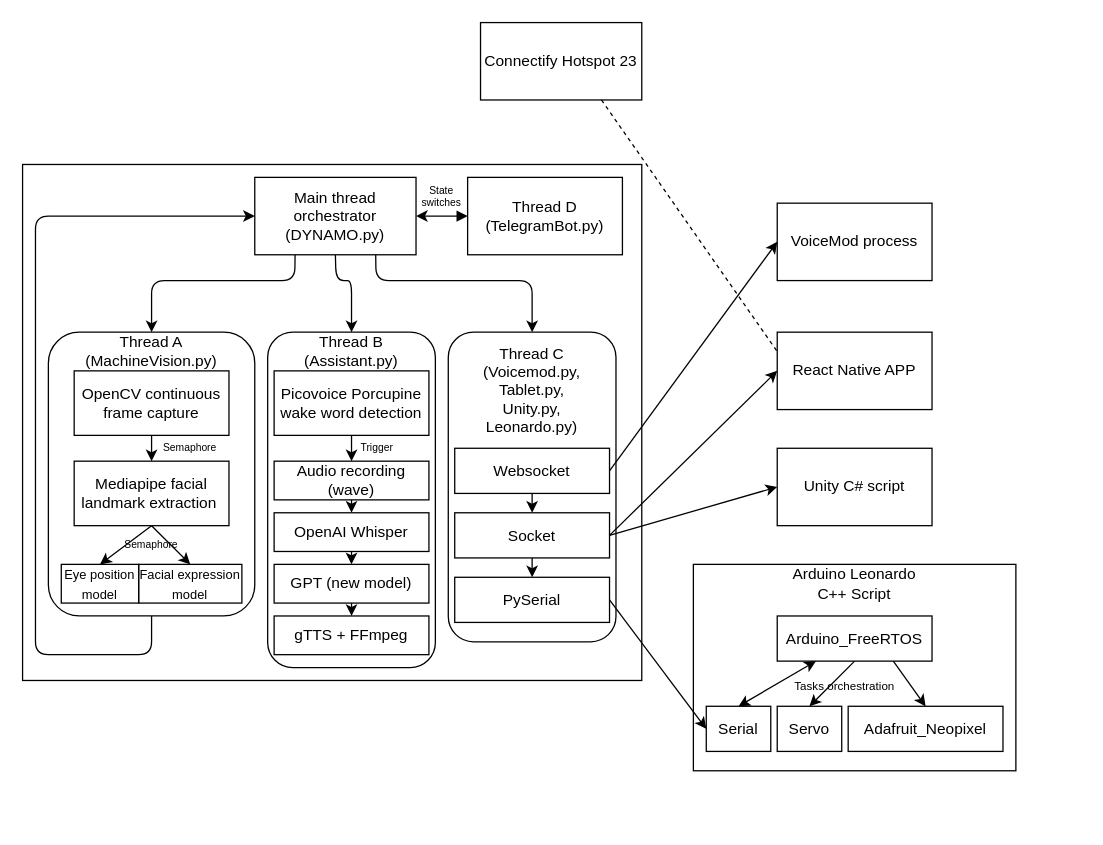
MekhyW/DYNAMO-Electronic_Fursuit-2.0 keeps this draw.io diagram as Software.drawio. Above is the earlier version. Source tidied: cells renumbered, new cells numbered last; positions are measured from the earlier drawing's top-left corner, leaving out a move shared by most shapes. Both pictures are drawn from the tidied source at 129%, with x=0, y=0 at pixel (22, 22).
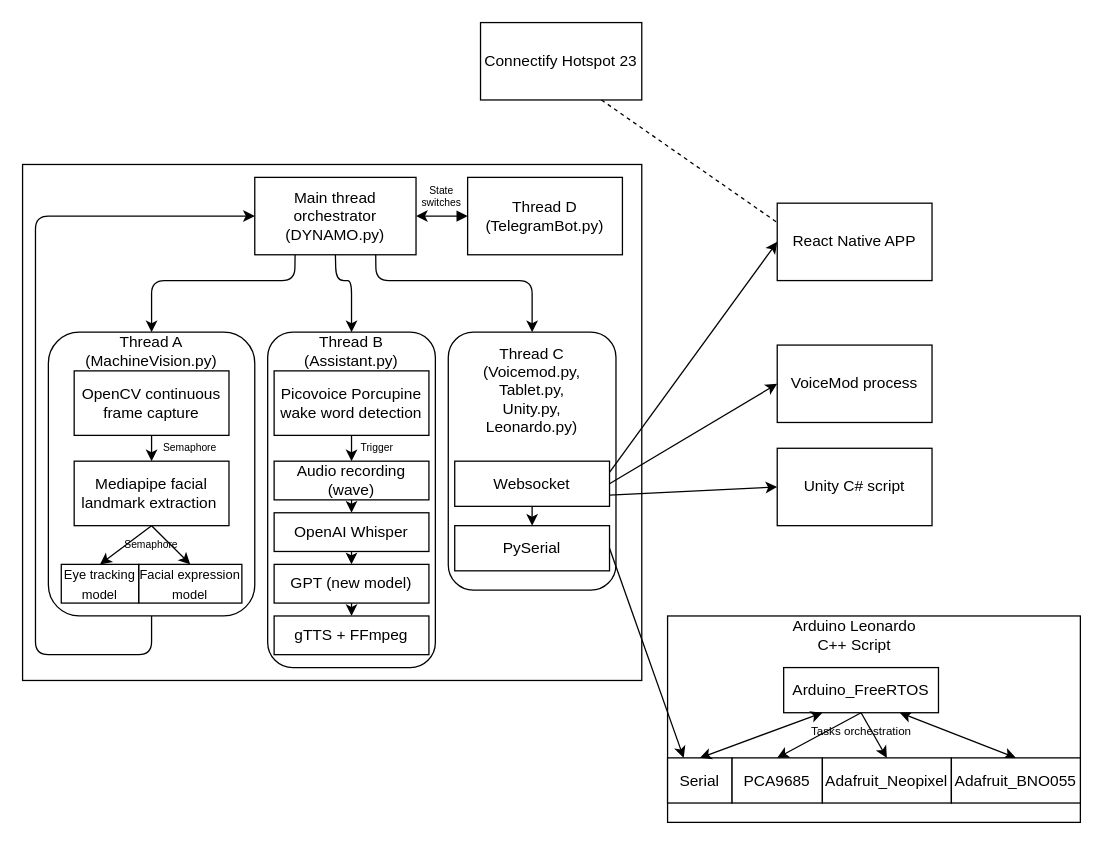
Above is the later version.

The change refers to these unchanged cells:
```xml
<mxCell id="46" value="Unity C# script" style="rounded=0;whiteSpace=wrap;html=1;" parent="1" vertex="1">
  <mxGeometry x="585" y="330" width="120" height="60" as="geometry" />
</mxCell>
```

Change to the diagram source:
```diff
@@
-    <mxCell id="20" value="&lt;font style=&quot;font-size: 10px;&quot;&gt;Eye position model&lt;/font&gt;" style="rounded=0;whiteSpace=wrap;html=1;fontSize=12;" parent="1" vertex="1">
+    <mxCell id="20" value="&lt;font style=&quot;font-size: 10px;&quot;&gt;Eye tracking model&lt;/font&gt;" style="rounded=0;whiteSpace=wrap;html=1;fontSize=12;" parent="1" vertex="1">
       <mxGeometry x="30" y="420" width="60" height="30" as="geometry" />
     </mxCell>
@@
     <mxCell id="34" style="rounded=1;whiteSpace=wrap;html=1;fontSize=12;" parent="1" vertex="1">
-      <mxGeometry x="330" y="240" width="130" height="240" as="geometry" />
+      <mxGeometry x="330" y="240" width="130" height="200" as="geometry" />
     </mxCell>
@@
-    <mxCell id="37" style="edgeStyle=none;html=1;exitX=0.5;exitY=1;exitDx=0;exitDy=0;entryX=0.5;entryY=0;entryDx=0;entryDy=0;fontSize=8;" parent="1" edge="1" source="38" target="42">
-      <mxGeometry relative="1" as="geometry" />
-    </mxCell>
+    <mxCell id="60" style="edgeStyle=none;html=1;exitX=0.5;exitY=1;exitDx=0;exitDy=0;entryX=0.5;entryY=0;entryDx=0;entryDy=0;" parent="1" edge="1" source="38" target="43">
+      <mxGeometry relative="1" as="geometry" />
+    </mxCell>
     <mxCell id="38" value="Websocket" style="rounded=0;whiteSpace=wrap;html=1;fontSize=12;" parent="1" vertex="1">
-      <mxGeometry x="335" y="330" width="120" height="35" as="geometry" />
+      <mxGeometry x="335" y="340" width="120" height="35" as="geometry" />
     </mxCell>
-    <mxCell id="39" style="edgeStyle=none;html=1;exitX=1;exitY=0.5;exitDx=0;exitDy=0;entryX=0;entryY=0.5;entryDx=0;entryDy=0;" parent="1" edge="1" source="42" target="45">
+    <mxCell id="39" style="edgeStyle=none;html=1;exitX=1;exitY=0.25;exitDx=0;exitDy=0;entryX=0;entryY=0.5;entryDx=0;entryDy=0;" parent="1" edge="1" source="38" target="45">
       <mxGeometry relative="1" as="geometry" />
     </mxCell>
-    <mxCell id="40" style="edgeStyle=none;html=1;exitX=1;exitY=0.5;exitDx=0;exitDy=0;entryX=0;entryY=0.5;entryDx=0;entryDy=0;" parent="1" edge="1" source="42" target="46">
+    <mxCell id="40" style="edgeStyle=none;html=1;exitX=1;exitY=0.75;exitDx=0;exitDy=0;entryX=0;entryY=0.5;entryDx=0;entryDy=0;" parent="1" edge="1" source="38" target="46">
       <mxGeometry relative="1" as="geometry" />
     </mxCell>
-    <mxCell id="41" style="edgeStyle=none;html=1;exitX=0.5;exitY=1;exitDx=0;exitDy=0;entryX=0.5;entryY=0;entryDx=0;entryDy=0;fontSize=8;" parent="1" edge="1" source="42" target="43">
-      <mxGeometry relative="1" as="geometry" />
-    </mxCell>
-    <mxCell id="42" value="Socket" style="rounded=0;whiteSpace=wrap;html=1;fontSize=12;" parent="1" vertex="1">
-      <mxGeometry x="335" y="380" width="120" height="35" as="geometry" />
-    </mxCell>
     <mxCell id="43" value="PySerial" style="rounded=0;whiteSpace=wrap;html=1;fontSize=12;" parent="1" vertex="1">
-      <mxGeometry x="335" y="430" width="120" height="35" as="geometry" />
+      <mxGeometry x="335" y="390" width="120" height="35" as="geometry" />
     </mxCell>
     <mxCell id="44" value="&lt;font style=&quot;font-size: 12px;&quot;&gt;VoiceMod process&lt;/font&gt;" style="rounded=0;whiteSpace=wrap;html=1;" parent="1" vertex="1">
-      <mxGeometry x="585" y="140" width="120" height="60" as="geometry" />
+      <mxGeometry x="585" y="250" width="120" height="60" as="geometry" />
     </mxCell>
     <mxCell id="45" value="React Native APP" style="rounded=0;whiteSpace=wrap;html=1;" parent="1" vertex="1">
-      <mxGeometry x="585" y="240" width="120" height="60" as="geometry" />
+      <mxGeometry x="585" y="140" width="120" height="60" as="geometry" />
     </mxCell>
@@
     <mxCell id="47" style="rounded=0;whiteSpace=wrap;html=1;" parent="1" vertex="1">
-      <mxGeometry x="520" y="420" width="250" height="160" as="geometry" />
+      <mxGeometry x="500" y="460" width="320" height="160" as="geometry" />
     </mxCell>
     <mxCell id="48" value="&lt;font style=&quot;font-size: 12px;&quot;&gt;Arduino Leonardo C++ Script&lt;/font&gt;" style="text;html=1;strokeColor=none;fillColor=none;align=center;verticalAlign=middle;whiteSpace=wrap;rounded=0;fontSize=8;" parent="1" vertex="1">
-      <mxGeometry x="595" y="420" width="100" height="30" as="geometry" />
+      <mxGeometry x="595" y="460" width="100" height="30" as="geometry" />
     </mxCell>
@@
-    <mxCell id="50" style="edgeStyle=none;html=1;exitX=0.75;exitY=1;exitDx=0;exitDy=0;entryX=0.5;entryY=0;entryDx=0;entryDy=0;fontSize=12;" parent="1" edge="1" source="51" target="54">
+    <mxCell id="50" style="edgeStyle=none;html=1;exitX=0.5;exitY=1;exitDx=0;exitDy=0;entryX=0.5;entryY=0;entryDx=0;entryDy=0;fontSize=12;" parent="1" edge="1" source="51" target="54">
       <mxGeometry relative="1" as="geometry" />
     </mxCell>
+    <mxCell id="61" style="edgeStyle=none;html=1;exitX=0.75;exitY=1;exitDx=0;exitDy=0;entryX=0.5;entryY=0;entryDx=0;entryDy=0;startArrow=classic;startFill=1;" parent="1" edge="1" source="51" target="62">
+      <mxGeometry relative="1" as="geometry" />
+    </mxCell>
     <mxCell id="51" value="Arduino_FreeRTOS" style="rounded=0;whiteSpace=wrap;html=1;fontSize=12;" parent="1" vertex="1">
-      <mxGeometry x="585" y="460" width="120" height="35" as="geometry" />
+      <mxGeometry x="590" y="500" width="120" height="35" as="geometry" />
     </mxCell>
     <mxCell id="52" value="Serial" style="rounded=0;whiteSpace=wrap;html=1;fontSize=12;" parent="1" vertex="1">
-      <mxGeometry x="530" y="530" width="50" height="35" as="geometry" />
+      <mxGeometry x="500" y="570" width="50" height="35" as="geometry" />
     </mxCell>
-    <mxCell id="53" value="Servo" style="rounded=0;whiteSpace=wrap;html=1;fontSize=12;" parent="1" vertex="1">
-      <mxGeometry x="585" y="530" width="50" height="35" as="geometry" />
+    <mxCell id="53" value="PCA9685" style="rounded=0;whiteSpace=wrap;html=1;fontSize=12;" parent="1" vertex="1">
+      <mxGeometry x="550" y="570" width="70" height="35" as="geometry" />
     </mxCell>
     <mxCell id="54" value="Adafruit_Neopixel" style="rounded=0;whiteSpace=wrap;html=1;fontSize=12;" parent="1" vertex="1">
-      <mxGeometry x="640" y="530" width="120" height="35" as="geometry" />
+      <mxGeometry x="620" y="570" width="100" height="35" as="geometry" />
     </mxCell>
@@
     <mxCell id="56" value="&lt;font style=&quot;font-size: 9px;&quot;&gt;Tasks orchestration&lt;/font&gt;" style="text;html=1;strokeColor=none;fillColor=none;align=center;verticalAlign=middle;whiteSpace=wrap;rounded=0;fontSize=4;" parent="1" vertex="1">
-      <mxGeometry x="595" y="500" width="85" height="30" as="geometry" />
+      <mxGeometry x="607.5" y="535" width="85" height="30" as="geometry" />
     </mxCell>
-    <mxCell id="57" style="edgeStyle=none;html=1;exitX=1;exitY=0.5;exitDx=0;exitDy=0;entryX=0;entryY=0.5;entryDx=0;entryDy=0;" parent="1" edge="1" source="43" target="52">
+    <mxCell id="57" style="edgeStyle=none;html=1;exitX=1;exitY=0.5;exitDx=0;exitDy=0;entryX=0.25;entryY=0;entryDx=0;entryDy=0;" parent="1" edge="1" source="43" target="52">
       <mxGeometry relative="1" as="geometry" />
     </mxCell>
@@
+    <mxCell id="62" value="Adafruit_BNO055" style="rounded=0;whiteSpace=wrap;html=1;fontSize=12;" parent="1" vertex="1">
+      <mxGeometry x="720" y="570" width="100" height="35" as="geometry" />
+    </mxCell>
```
